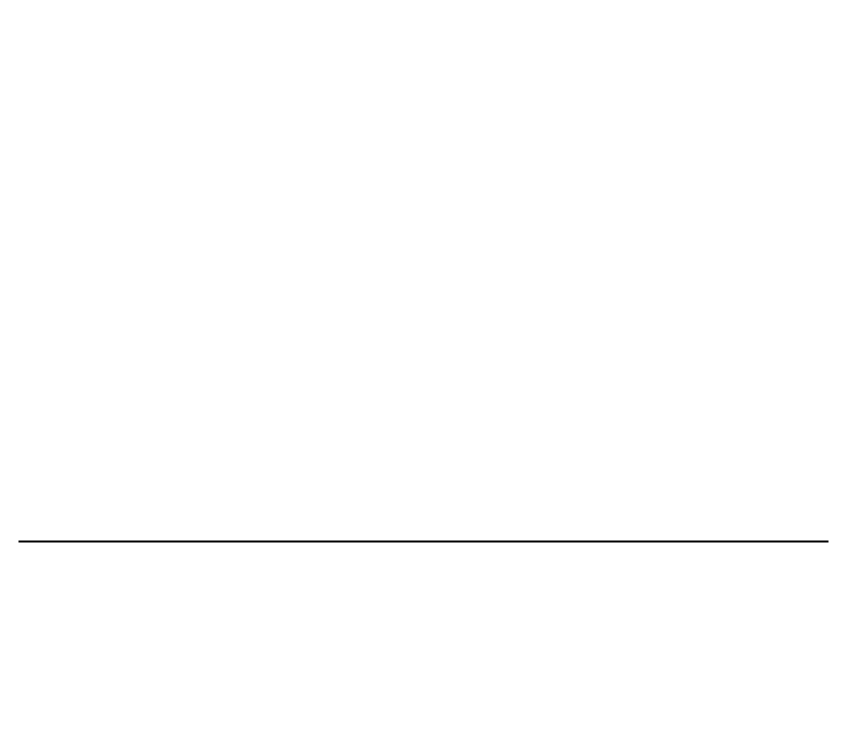
Before: page "アカウント登録" (5 of 5) of 画面設計.drawio in ringohoka/AnnounceSituation, a draw.io diagram. Source tidied: cells renumbered, new cells numbered last; positions are measured from the earlier drawing's top-left corner, leaving out a move shared by most shapes. Both pictures are drawn from the tidied source at 100%, with x=0, y=0 at pixel (18, 536).
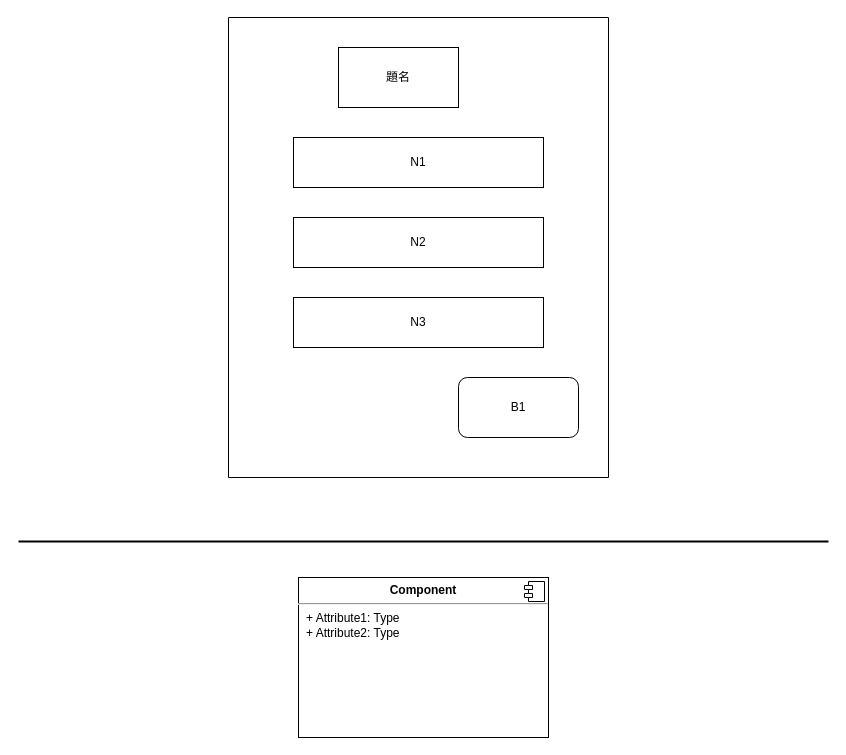
Above is the later version.

Change to the diagram source:
```diff
@@
 <mxGraphModel>
   <root>
     <mxCell id="0" />
     <mxCell id="1" parent="0" />
     <mxCell id="2" style="line;strokeWidth=2;html=1;" parent="1" vertex="1">
       <mxGeometry width="810" height="10" as="geometry" />
     </mxCell>
+    <mxCell id="3" style="swimlane;startSize=0;" parent="1" vertex="1">
+      <mxGeometry x="210" y="-519" width="380" height="460" as="geometry" />
+    </mxCell>
+    <mxCell id="4" value="題名" style="rounded=0;whiteSpace=wrap;html=1;" parent="3" vertex="1">
+      <mxGeometry x="110" y="30" width="120" height="60" as="geometry" />
+    </mxCell>
+    <mxCell id="5" value="N1" style="rounded=0;whiteSpace=wrap;html=1;" parent="3" vertex="1">
+      <mxGeometry x="65" y="120" width="250" height="50" as="geometry" />
+    </mxCell>
+    <mxCell id="6" value="N2" style="rounded=0;whiteSpace=wrap;html=1;" parent="3" vertex="1">
+      <mxGeometry x="65" y="200" width="250" height="50" as="geometry" />
+    </mxCell>
+    <mxCell id="7" value="N3" style="rounded=0;whiteSpace=wrap;html=1;" parent="3" vertex="1">
+      <mxGeometry x="65" y="280" width="250" height="50" as="geometry" />
+    </mxCell>
+    <mxCell id="8" value="B1" style="rounded=1;whiteSpace=wrap;html=1;" parent="3" vertex="1">
+      <mxGeometry x="230" y="360" width="120" height="60" as="geometry" />
+    </mxCell>
+    <mxCell id="9" value="&lt;p style=&quot;margin:0px;margin-top:6px;text-align:center;&quot;&gt;&lt;b&gt;Component&lt;/b&gt;&lt;/p&gt;&lt;hr/&gt;&lt;p style=&quot;margin:0px;margin-left:8px;&quot;&gt;+ Attribute1: Type&lt;br/&gt;+ Attribute2: Type&lt;/p&gt;" style="align=left;overflow=fill;html=1;" parent="1" vertex="1">
+      <mxGeometry x="280" y="41" width="250" height="160" as="geometry" />
+    </mxCell>
+    <mxCell id="10" style="shape=component;jettyWidth=8;jettyHeight=4;" parent="9" vertex="1">
+      <mxGeometry x="1" width="20" height="20" relative="1" as="geometry">
+        <mxPoint x="-24" y="4" as="offset" />
+      </mxGeometry>
+    </mxCell>
   </root>
 </mxGraphModel>
```
